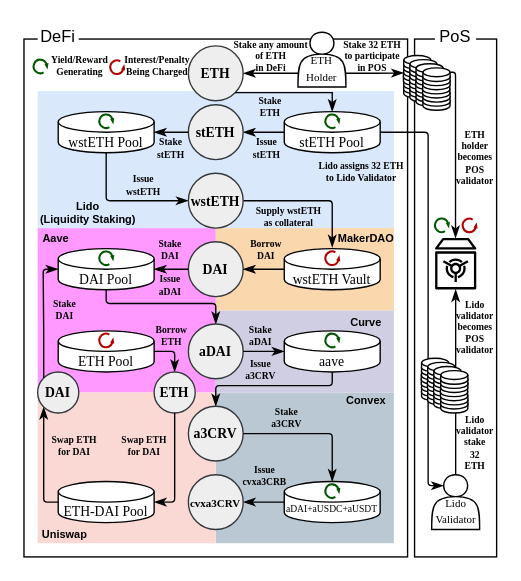
Before: diagrams/complexity.drawio in lyc0603/tvl-measurement, a draw.io diagram. Source tidied: cells renumbered, new cells numbered last; positions are measured from the earlier drawing's top-left corner, leaving out a move shared by most shapes. Both pictures are drawn from the tidied source at 137%, with x=0, y=0 at pixel (23, 23).
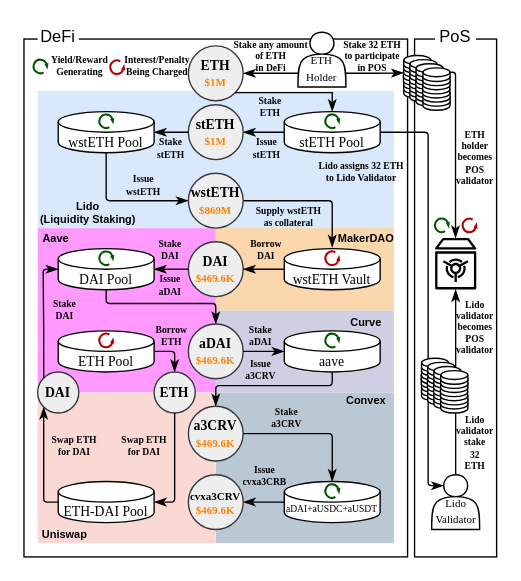
After the change.

Change to the diagram source:
```diff
@@
-    <mxCell id="15" value="&lt;b&gt;wstETH&lt;/b&gt;" style="ellipse;whiteSpace=wrap;html=1;labelBackgroundColor=none;labelBorderColor=none;fillColor=#eeeeee;strokeColor=#36393d;fontSize=10;fontFamily=Times New Roman;rounded=0;" parent="1" vertex="1">
+    <mxCell id="15" value="&lt;b&gt;wstETH&lt;br&gt;&lt;/b&gt;&lt;b style=&quot;border-color: var(--border-color);&quot;&gt;&lt;font color=&quot;#ff8000&quot; style=&quot;font-size: 8px;&quot;&gt;$869M&lt;/font&gt;&lt;/b&gt;&lt;b&gt;&lt;br&gt;&lt;/b&gt;" style="ellipse;whiteSpace=wrap;html=1;labelBackgroundColor=none;labelBorderColor=none;fillColor=#eeeeee;strokeColor=#36393d;fontSize=10;fontFamily=Times New Roman;rounded=0;" parent="1" vertex="1">
       <mxGeometry x="120" y="109" width="40" height="40" as="geometry" />
     </mxCell>
-    <mxCell id="16" value="&lt;b style=&quot;font-size: 10px;&quot;&gt;stETH&lt;/b&gt;" style="ellipse;whiteSpace=wrap;html=1;labelBackgroundColor=none;labelBorderColor=none;fillColor=#eeeeee;strokeColor=#36393d;fontSize=10;fontFamily=Times New Roman;rounded=0;" parent="1" vertex="1">
+    <mxCell id="16" value="&lt;b style=&quot;font-size: 10px;&quot;&gt;stETH&lt;br&gt;&lt;/b&gt;&lt;b style=&quot;border-color: var(--border-color);&quot;&gt;&lt;font color=&quot;#ff8000&quot; style=&quot;font-size: 8px;&quot;&gt;$1M&lt;/font&gt;&lt;/b&gt;&lt;b style=&quot;font-size: 10px;&quot;&gt;&lt;br&gt;&lt;/b&gt;" style="ellipse;whiteSpace=wrap;html=1;labelBackgroundColor=none;labelBorderColor=none;fillColor=#eeeeee;strokeColor=#36393d;fontSize=10;fontFamily=Times New Roman;rounded=0;" parent="1" vertex="1">
       <mxGeometry x="120" y="59" width="40" height="40" as="geometry" />
     </mxCell>
-    <mxCell id="17" value="&lt;span style=&quot;font-size: 10px;&quot;&gt;ETH&lt;/span&gt;" style="ellipse;whiteSpace=wrap;html=1;labelBackgroundColor=none;labelBorderColor=none;fillColor=#eeeeee;strokeColor=#36393d;fontSize=10;fontFamily=Times New Roman;rounded=0;fontStyle=1;" parent="1" vertex="1">
+    <mxCell id="17" value="ETH&lt;br&gt;&lt;font color=&quot;#ff8000&quot; style=&quot;font-size: 8px;&quot;&gt;$1M&lt;/font&gt;" style="ellipse;whiteSpace=wrap;html=1;labelBackgroundColor=none;labelBorderColor=none;fillColor=#eeeeee;strokeColor=#36393d;fontSize=10;fontFamily=Times New Roman;rounded=0;fontStyle=1;" parent="1" vertex="1">
       <mxGeometry x="120" y="16" width="40" height="40" as="geometry" />
     </mxCell>
-    <mxCell id="18" value="&lt;b&gt;DAI&lt;/b&gt;" style="ellipse;whiteSpace=wrap;html=1;labelBackgroundColor=none;labelBorderColor=none;fillColor=#eeeeee;strokeColor=#36393d;fontSize=10;fontFamily=Times New Roman;rounded=0;" parent="1" vertex="1">
+    <mxCell id="18" value="&lt;b&gt;DAI&lt;br&gt;&lt;font color=&quot;#ff8000&quot; style=&quot;font-size: 8px;&quot;&gt;$469.6K&lt;/font&gt;&lt;br&gt;&lt;/b&gt;" style="ellipse;whiteSpace=wrap;html=1;labelBackgroundColor=none;labelBorderColor=none;fillColor=#eeeeee;strokeColor=#36393d;fontSize=10;fontFamily=Times New Roman;rounded=0;" parent="1" vertex="1">
       <mxGeometry x="120" y="159" width="40" height="40" as="geometry" />
     </mxCell>
@@
-    <mxCell id="25" value="&lt;b&gt;aDAI&lt;/b&gt;" style="ellipse;whiteSpace=wrap;html=1;labelBackgroundColor=none;labelBorderColor=none;fillColor=#eeeeee;strokeColor=#36393d;fontSize=10;fontFamily=Times New Roman;rounded=0;" parent="1" vertex="1">
+    <mxCell id="25" value="&lt;b&gt;aDAI&lt;br&gt;&lt;/b&gt;&lt;b style=&quot;border-color: var(--border-color);&quot;&gt;&lt;font color=&quot;#ff8000&quot; style=&quot;font-size: 8px;&quot;&gt;$469.6K&lt;/font&gt;&lt;/b&gt;&lt;b&gt;&lt;br&gt;&lt;/b&gt;" style="ellipse;whiteSpace=wrap;html=1;labelBackgroundColor=none;labelBorderColor=none;fillColor=#eeeeee;strokeColor=#36393d;fontSize=10;fontFamily=Times New Roman;rounded=0;" parent="1" vertex="1">
       <mxGeometry x="120" y="219" width="40" height="40" as="geometry" />
     </mxCell>
@@
-    <mxCell id="38" value="&lt;b&gt;a3CRV&lt;/b&gt;" style="ellipse;whiteSpace=wrap;html=1;labelBackgroundColor=none;labelBorderColor=none;fillColor=#eeeeee;strokeColor=#36393d;fontSize=10;fontFamily=Times New Roman;rounded=0;" parent="1" vertex="1">
+    <mxCell id="38" value="&lt;b&gt;a3CRV&lt;br&gt;&lt;/b&gt;&lt;b style=&quot;border-color: var(--border-color);&quot;&gt;&lt;font color=&quot;#ff8000&quot; style=&quot;font-size: 8px;&quot;&gt;$469.6K&lt;/font&gt;&lt;/b&gt;&lt;b&gt;&lt;br&gt;&lt;/b&gt;" style="ellipse;whiteSpace=wrap;html=1;labelBackgroundColor=none;labelBorderColor=none;fillColor=#eeeeee;strokeColor=#36393d;fontSize=10;fontFamily=Times New Roman;rounded=0;" parent="1" vertex="1">
       <mxGeometry x="120" y="279" width="40" height="40" as="geometry" />
     </mxCell>
@@
-    <mxCell id="43" value="&lt;span style=&quot;font-size: 8px;&quot;&gt;cvxa3CRV&lt;/span&gt;" style="ellipse;whiteSpace=wrap;html=1;labelBackgroundColor=none;labelBorderColor=none;fillColor=#eeeeee;strokeColor=#36393d;fontSize=10;fontFamily=Times New Roman;rounded=0;fontStyle=1;" parent="1" vertex="1">
+    <mxCell id="43" value="&lt;p style=&quot;line-height: 90%;&quot;&gt;&lt;font style=&quot;font-size: 8px;&quot;&gt;cvxa3CRV&lt;br&gt;&lt;b style=&quot;border-color: var(--border-color);&quot;&gt;&lt;font color=&quot;#ff8000&quot;&gt;$469.6K&lt;/font&gt;&lt;/b&gt;&lt;/font&gt;&lt;span style=&quot;font-size: 8px;&quot;&gt;&lt;br&gt;&lt;/span&gt;&lt;/p&gt;" style="ellipse;whiteSpace=wrap;html=1;labelBackgroundColor=none;labelBorderColor=none;fillColor=#eeeeee;strokeColor=#36393d;fontSize=10;fontFamily=Times New Roman;rounded=0;fontStyle=1;" parent="1" vertex="1">
       <mxGeometry x="120" y="329" width="40" height="40" as="geometry" />
     </mxCell>
```
